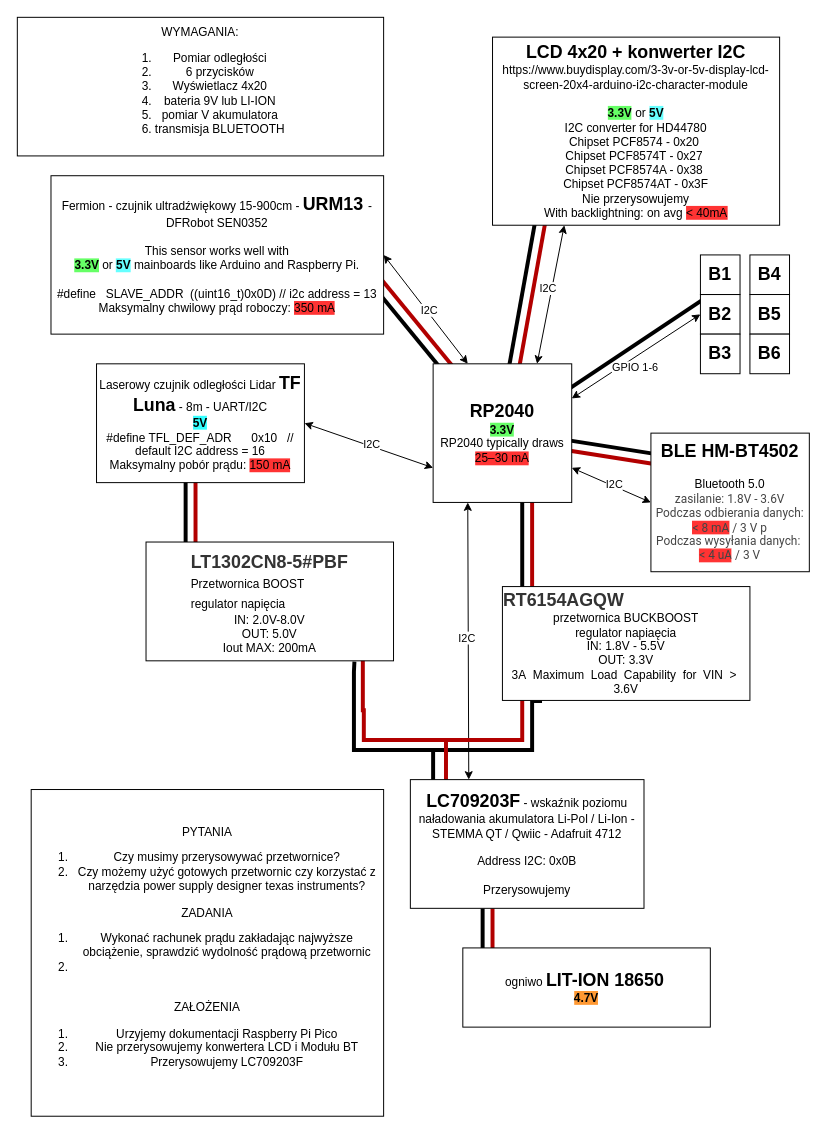
The draw.io diagram Dalmierz/Dokumentacja/dalmierz.drawio in SzymonGogulski/KICAD_SEE_ELECTRICAL_PROJECTS_PUEIE, before the edit. Source tidied: cells renumbered, new cells numbered last; positions are measured from the earlier drawing's top-left corner, leaving out a move shared by most shapes. Both pictures are drawn from the tidied source at 99%, with x=0, y=0 at pixel (17, 17).
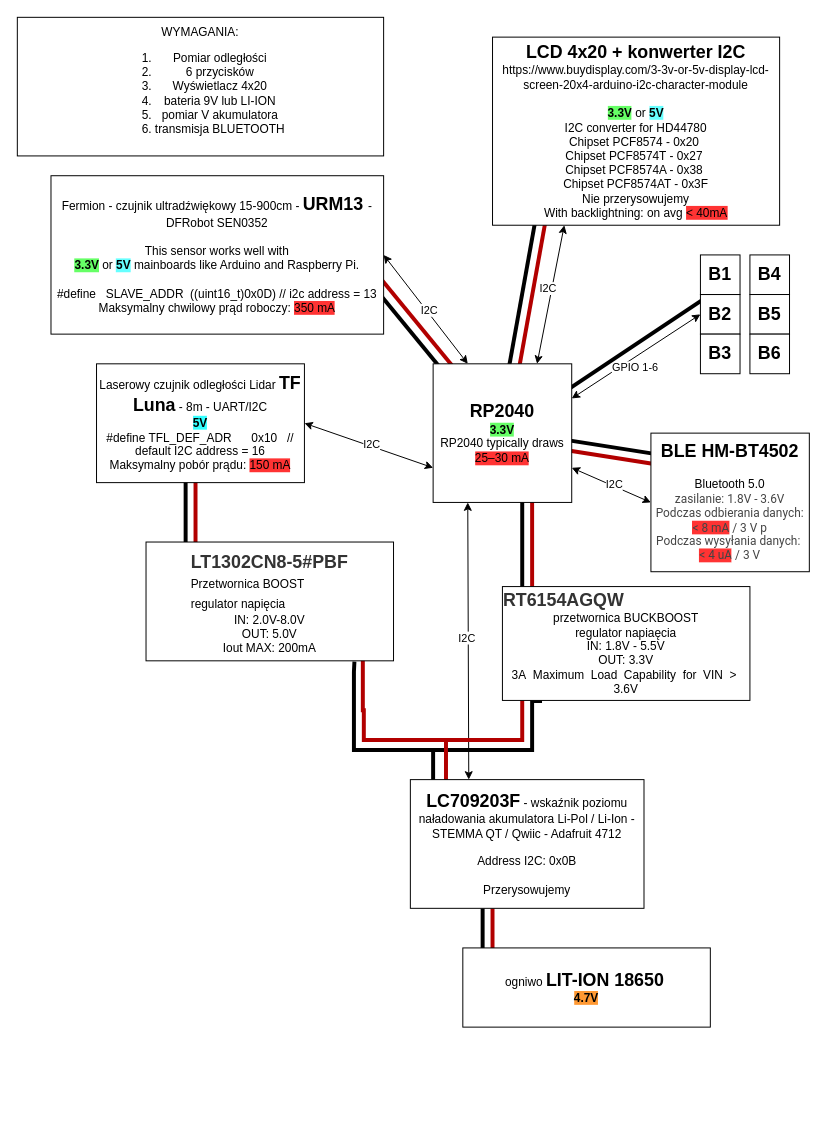
Above is the later version.

Diff of the diagram source:
```diff
@@
-    <mxCell id="54" value="&lt;div&gt;PYTANIA&lt;/div&gt;&lt;ol&gt;&lt;li&gt;Czy musimy przerysowywać przetwornice?&lt;br&gt;&lt;/li&gt;&lt;li&gt;Czy możemy użyć gotowych przetwornic czy korzystać z narzędzia power supply designer texas instruments?&lt;br&gt;&lt;/li&gt;&lt;/ol&gt;&lt;div&gt;ZADANIA&lt;/div&gt;&lt;div&gt;&lt;ol&gt;&lt;li&gt;Wykonać rachunek prądu zakładając najwyższe obciążenie, sprawdzić wydolność prądową przetwornic&lt;/li&gt;&lt;li&gt;&lt;br&gt;&lt;/li&gt;&lt;/ol&gt;&lt;/div&gt;&lt;div&gt;&lt;br&gt;&lt;/div&gt;&lt;div&gt;ZAŁOŻENIA&lt;/div&gt;&lt;div&gt;&lt;ol&gt;&lt;li&gt;Urzyjemy dokumentacji Raspberry Pi Pico&lt;/li&gt;&lt;li&gt;Nie przerysowujemy konwertera LCD i Modułu BT&lt;/li&gt;&lt;li&gt;Przerysowujemy LC709203F&lt;/li&gt;&lt;/ol&gt;&lt;/div&gt;" style="rounded=0;whiteSpace=wrap;html=1;" parent="1" vertex="1">
-      <mxGeometry x="14" y="780" width="356" height="330" as="geometry" />
-    </mxCell>
```
